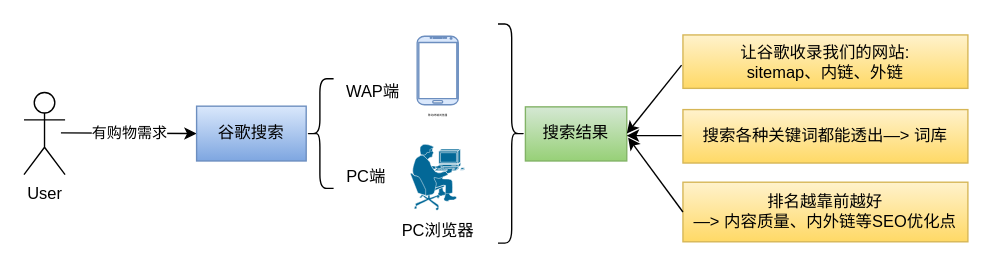
This is 免费获客SEO.drawio from kdoclg/git_study, a draw.io file, before an edit. Source tidied: cells renumbered, new cells numbered last; positions are measured from the earlier drawing's top-left corner, leaving out a move shared by most shapes. Both pictures are drawn from the tidied source at 137%, with x=0, y=0 at pixel (23, 23).
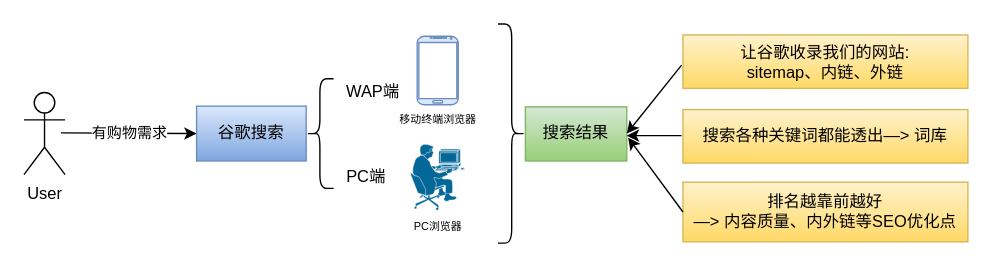
The same diagram, later.

Commit message:
更新免费获客SEO.drawio

Diff of the diagram source:
```diff
@@
-    <mxCell id="3" value="移动终端浏览器" style="verticalLabelPosition=bottom;verticalAlign=top;html=1;shadow=0;dashed=0;strokeWidth=1;shape=mxgraph.android.phone2;strokeColor=#6c8ebf;fillColor=#dae8fc;fontSize=2;" parent="1" vertex="1">
+    <mxCell id="3" value="移动终端浏览器" style="verticalLabelPosition=bottom;verticalAlign=top;html=1;shadow=0;dashed=0;strokeWidth=1;shape=mxgraph.android.phone2;strokeColor=#6c8ebf;fillColor=#dae8fc;fontSize=8;" parent="1" vertex="1">
       <mxGeometry x="287" y="9" width="30" height="50" as="geometry" />
     </mxCell>
@@
-    <mxCell id="10" value="PC浏览器" style="shape=mxgraph.cisco.people.pc_man;sketch=0;html=1;dashed=0;fillColor=#036897;strokeColor=#ffffff;strokeWidth=2;verticalLabelPosition=bottom;verticalAlign=top;align=center;" parent="1" vertex="1">
+    <mxCell id="10" value="PC浏览器" style="shape=mxgraph.cisco.people.pc_man;sketch=0;html=1;dashed=0;fillColor=#036897;strokeColor=#ffffff;strokeWidth=2;verticalLabelPosition=bottom;verticalAlign=top;align=center;fontSize=8;" parent="1" vertex="1">
       <mxGeometry x="282" y="87.5" width="40" height="49" as="geometry" />
     </mxCell>
```
